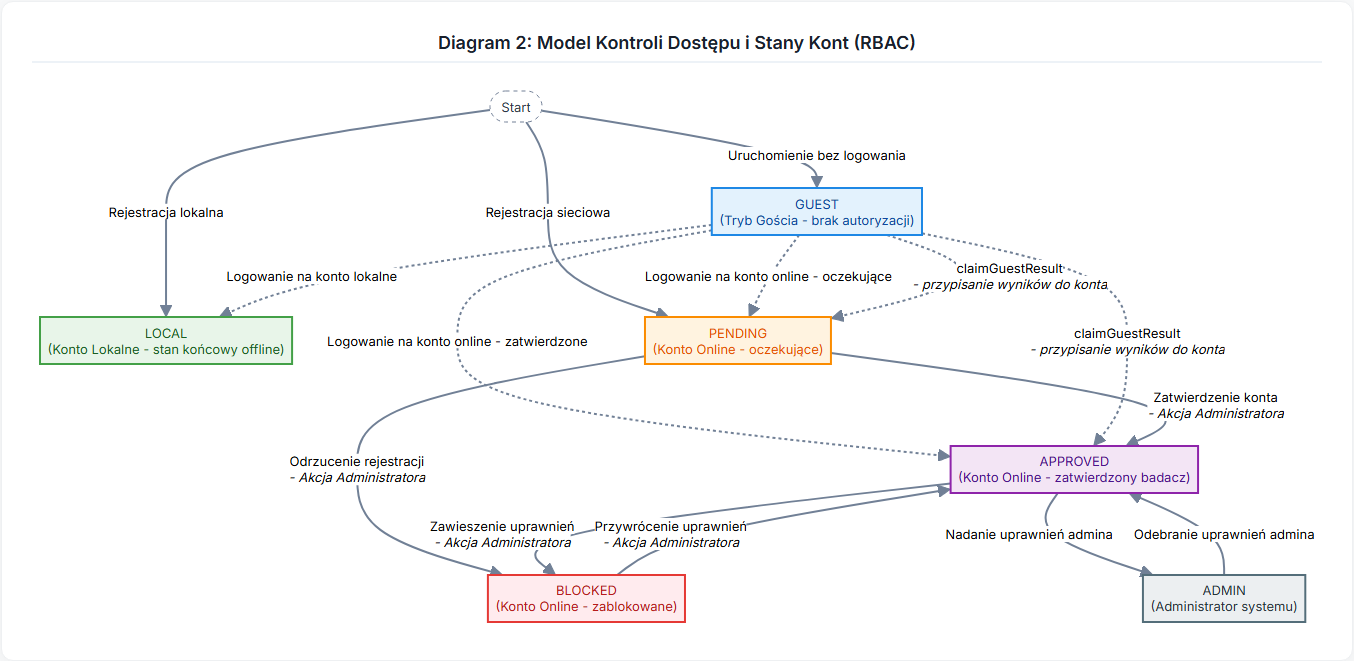
Earlier version of the Mermaid export Diagramy/rbac.png (KaucBartosz/Nous). Its source is kept beside it as Diagramy/rbac.mermaid. Its diagram source:
```mermaid
graph TD
    classDef default fill:#ffffff,stroke:#718096,stroke-width:1px,color:#2d3748;
    classDef guest fill:#e3f2fd,stroke:#1e88e5,stroke-width:2px,color:#0d47a1;
    classDef local fill:#e8f5e9,stroke:#43a047,stroke-width:2px,color:#1b5e20;
    classDef pending fill:#fff3e0,stroke:#fb8c00,stroke-width:2px,color:#e65100;
    classDef approved fill:#f3e5f5,stroke:#8e24aa,stroke-width:2px,color:#4a148c;
    classDef blocked fill:#ffebee,stroke:#e53935,stroke-width:2px,color:#b71c1c;
    classDef admin fill:#eceff1,stroke:#546e7a,stroke-width:2px,color:#263238;
    classDef system fill:#ffffff,stroke:#718096,stroke-dasharray: 4 4;

    Start([Start]):::system

    GUEST["GUEST<br/>(Tryb Gościa - brak autoryzacji)"]:::guest
    LOCAL["LOCAL<br/>(Konto Lokalne - stan końcowy offline)"]:::local
    PENDING["PENDING<br/>(Konto Online - oczekujące)"]:::pending
    APPROVED["APPROVED<br/>(Konto Online - zatwierdzony badacz)"]:::approved
    BLOCKED["BLOCKED<br/>(Konto Online - zablokowane)"]:::blocked
    ADMIN["ADMIN<br/>(Administrator systemu)"]:::admin

    Start -->|Uruchomienie bez logowania| GUEST
    Start -->|Rejestracja lokalna| LOCAL
    Start -->|Rejestracja sieciowa| PENDING

    GUEST -.->|Logowanie na konto lokalne| LOCAL
    GUEST -.->|Logowanie na konto online - oczekujące| PENDING
    GUEST -.->|Logowanie na konto online - zatwierdzone| APPROVED

    GUEST -.->|claimGuestResult<br/><i>- przypisanie wyników do konta</i>| APPROVED
    GUEST -.->|claimGuestResult<br/><i>- przypisanie wyników do konta</i>| PENDING

    PENDING -->|Zatwierdzenie konta<br/><i>- Akcja Administratora</i>| APPROVED
    PENDING -->|Odrzucenie rejestracji<br/><i>- Akcja Administratora</i>| BLOCKED

    APPROVED -->|Zawieszenie uprawnień<br/><i>- Akcja Administratora</i>| BLOCKED
    BLOCKED -->|Przywrócenie uprawnień<br/><i>- Akcja Administratora</i>| APPROVED

    APPROVED -->|Nadanie uprawnień admina| ADMIN
    ADMIN -->|Odebranie uprawnień admina| APPROVED
```
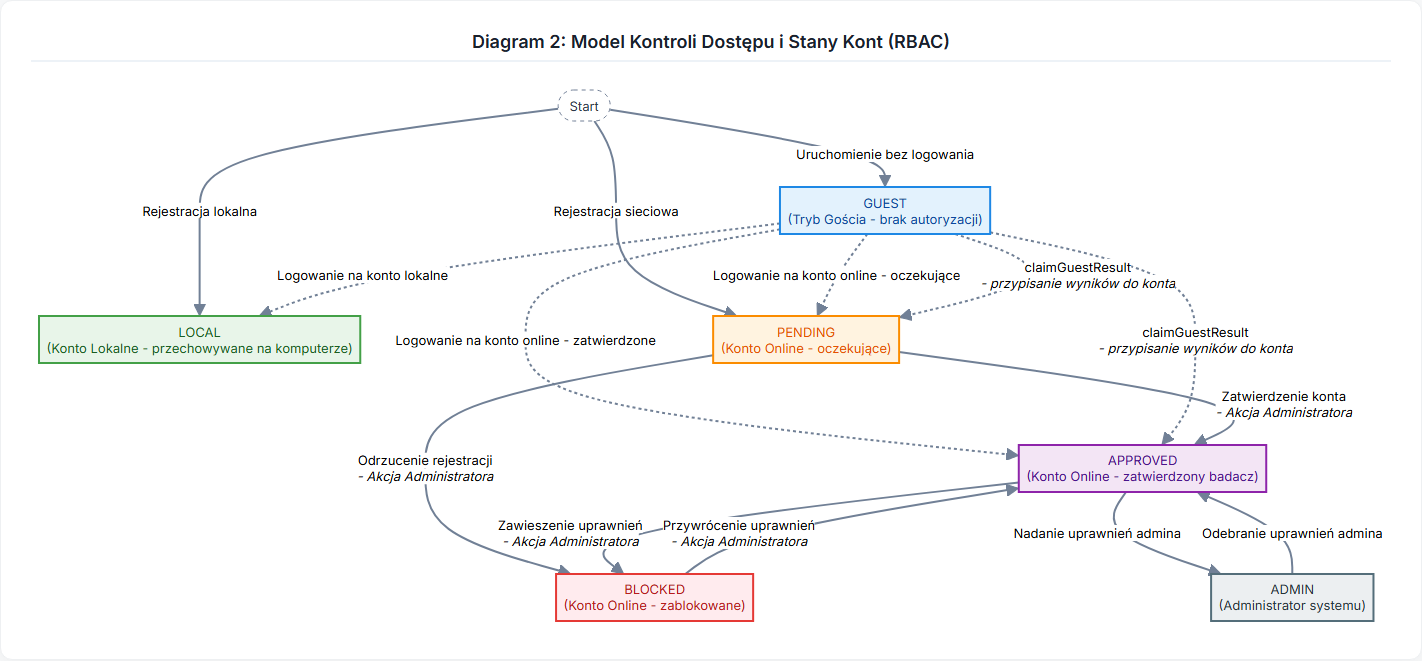
After the commit.

Diff of the diagram source:
```diff
@@ -11,7 +11,7 @@
     Start([Start]):::system
 
     GUEST["GUEST<br/>(Tryb Gościa - brak autoryzacji)"]:::guest
-    LOCAL["LOCAL<br/>(Konto Lokalne - stan końcowy offline)"]:::local
+    LOCAL["LOCAL<br/>(Konto Lokalne - przechowywane na komputerze)"]:::local
     PENDING["PENDING<br/>(Konto Online - oczekujące)"]:::pending
     APPROVED["APPROVED<br/>(Konto Online - zatwierdzony badacz)"]:::approved
     BLOCKED["BLOCKED<br/>(Konto Online - zablokowane)"]:::blocked
```
